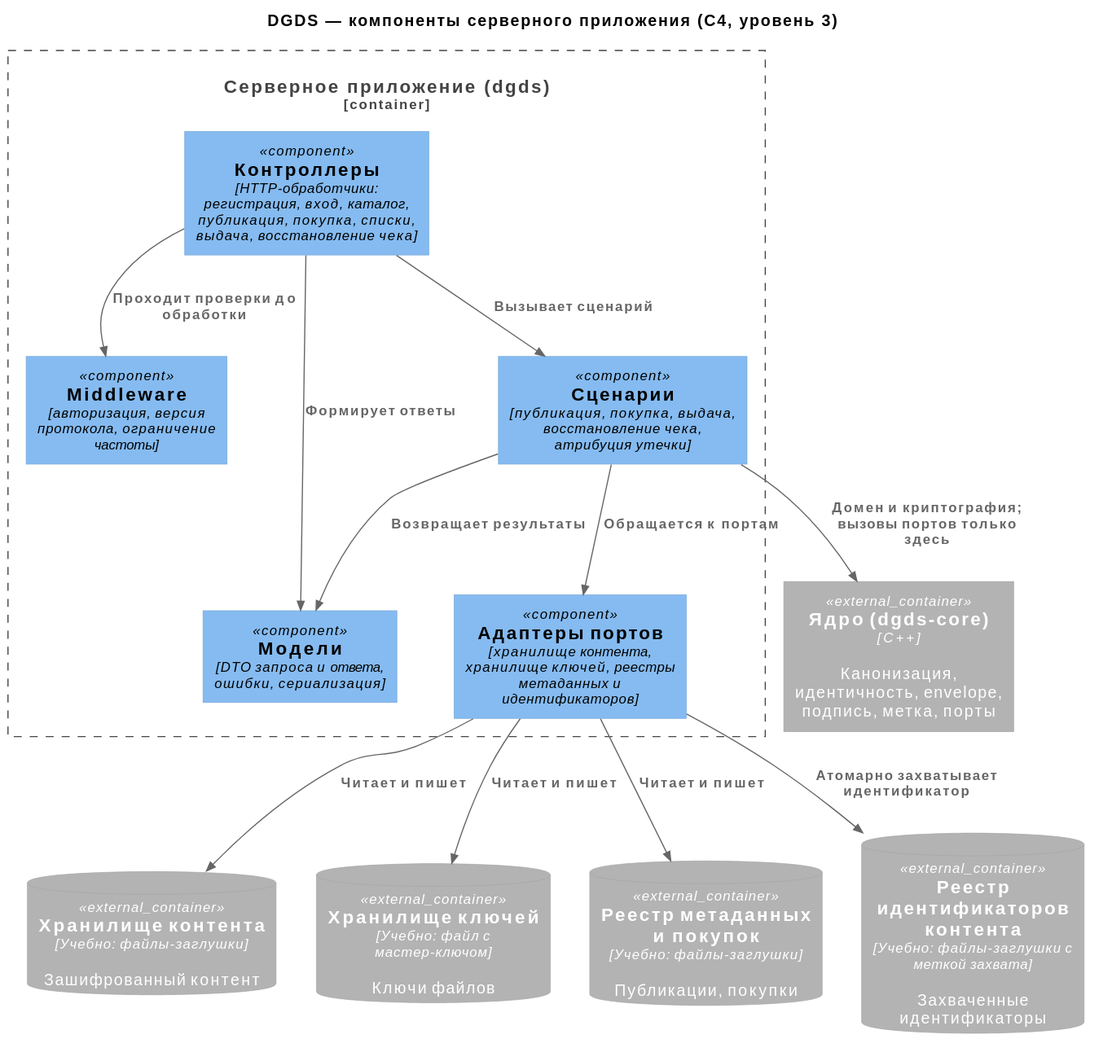
Earlier version of the PlantUML export docs/architecture/03-components-server.svg (plushcube/dgds).
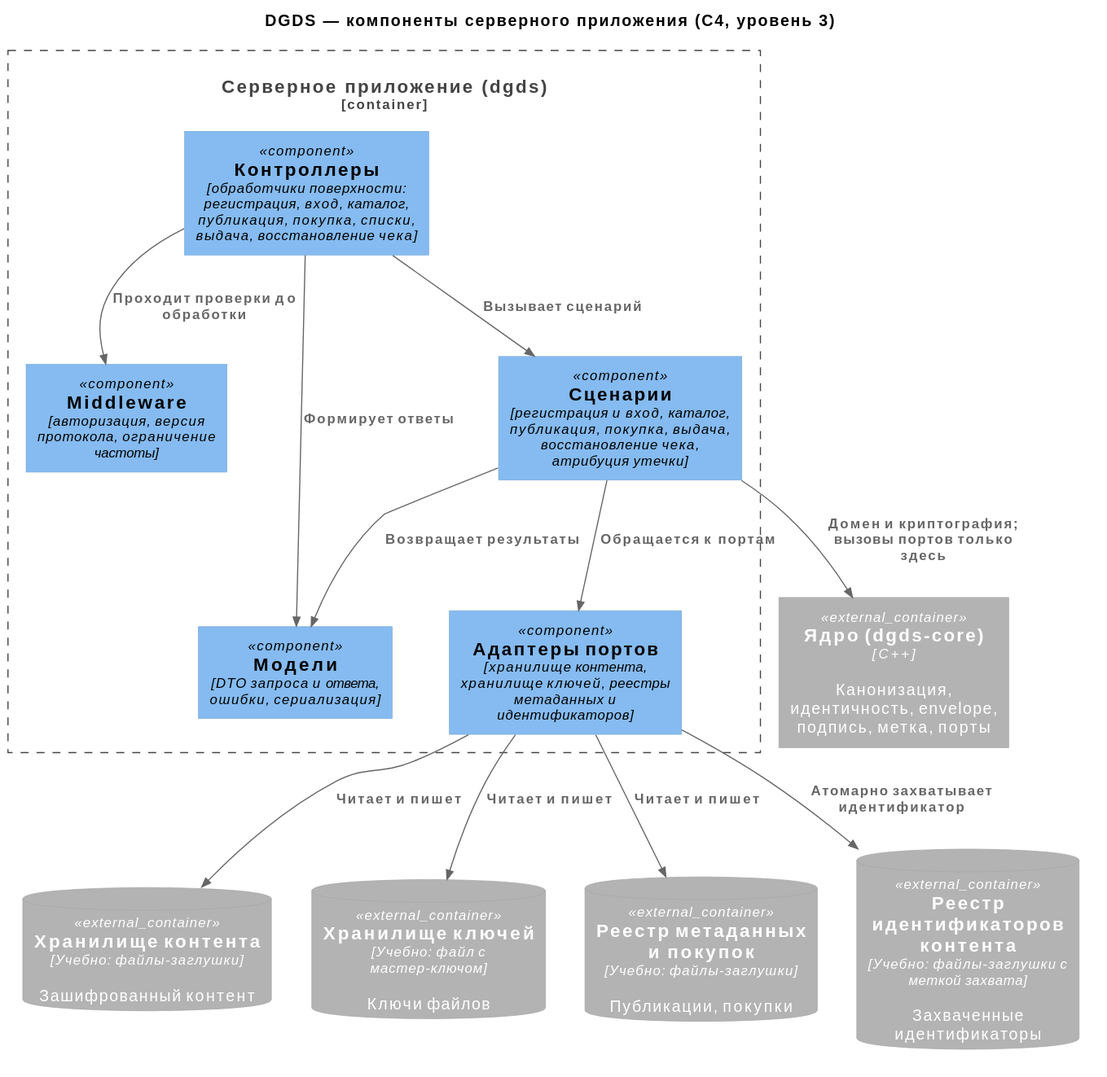
The same file after the commit.

Change to the diagram source:
```diff
@@ -5,8 +5,8 @@
 
 Container_Boundary(server, "Серверное приложение (dgds)") {
   Component(middleware, "Middleware", "авторизация, версия протокола, ограничение частоты")
-  Component(controllers, "Контроллеры", "HTTP-обработчики: регистрация, вход, каталог, публикация, покупка, списки, выдача, восстановление чека")
-  Component(services, "Сценарии", "публикация, покупка, выдача, восстановление чека, атрибуция утечки")
+  Component(controllers, "Контроллеры", "обработчики поверхности: регистрация, вход, каталог, публикация, покупка, списки, выдача, восстановление чека")
+  Component(services, "Сценарии", "регистрация и вход, каталог, публикация, покупка, выдача, восстановление чека, атрибуция утечки")
   Component(models, "Модели", "DTO запроса и ответа, ошибки, сериализация")
   Component(adapters, "Адаптеры портов", "хранилище контента, хранилище ключей, реестры метаданных и идентификаторов")
 }
```
